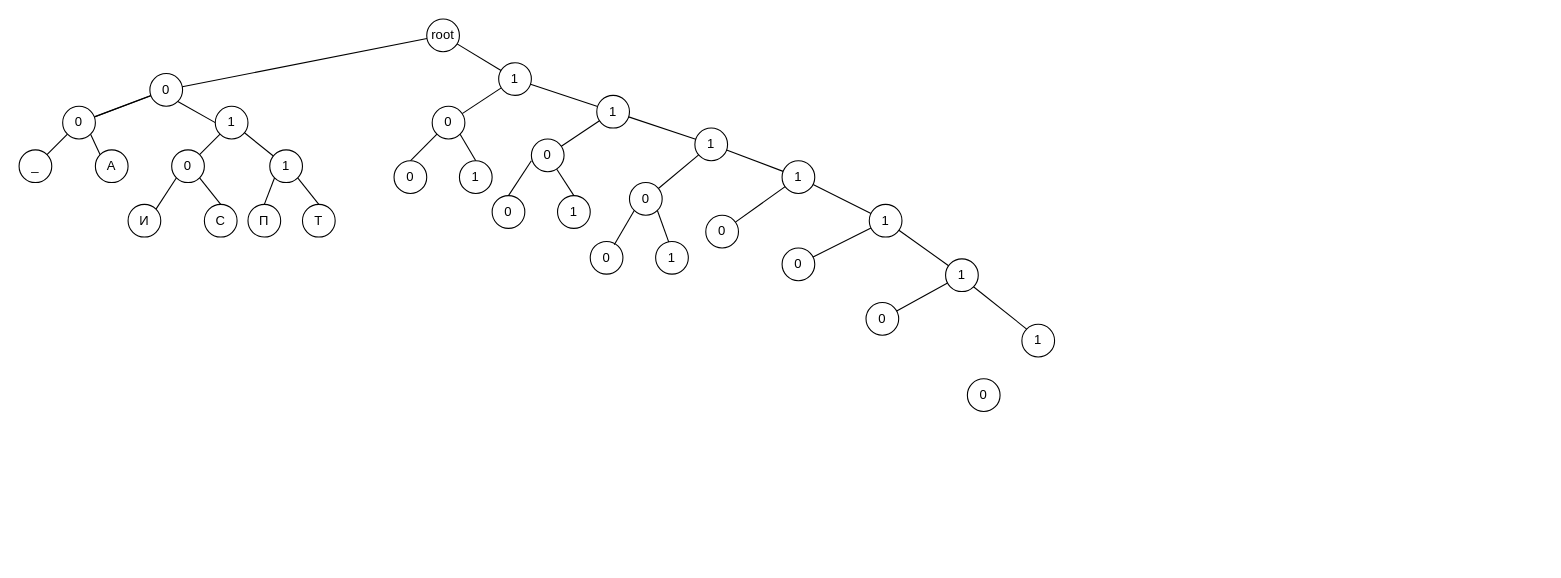
Before: Диаграмма без названия.drawio in Shumila71/shumila71.github.io, a draw.io diagram. Source tidied: cells renumbered, new cells numbered last; positions are measured from the earlier drawing's top-left corner, leaving out a move shared by most shapes. Both pictures are drawn from the tidied source at 109%, with x=0, y=0 at pixel (19, 19).
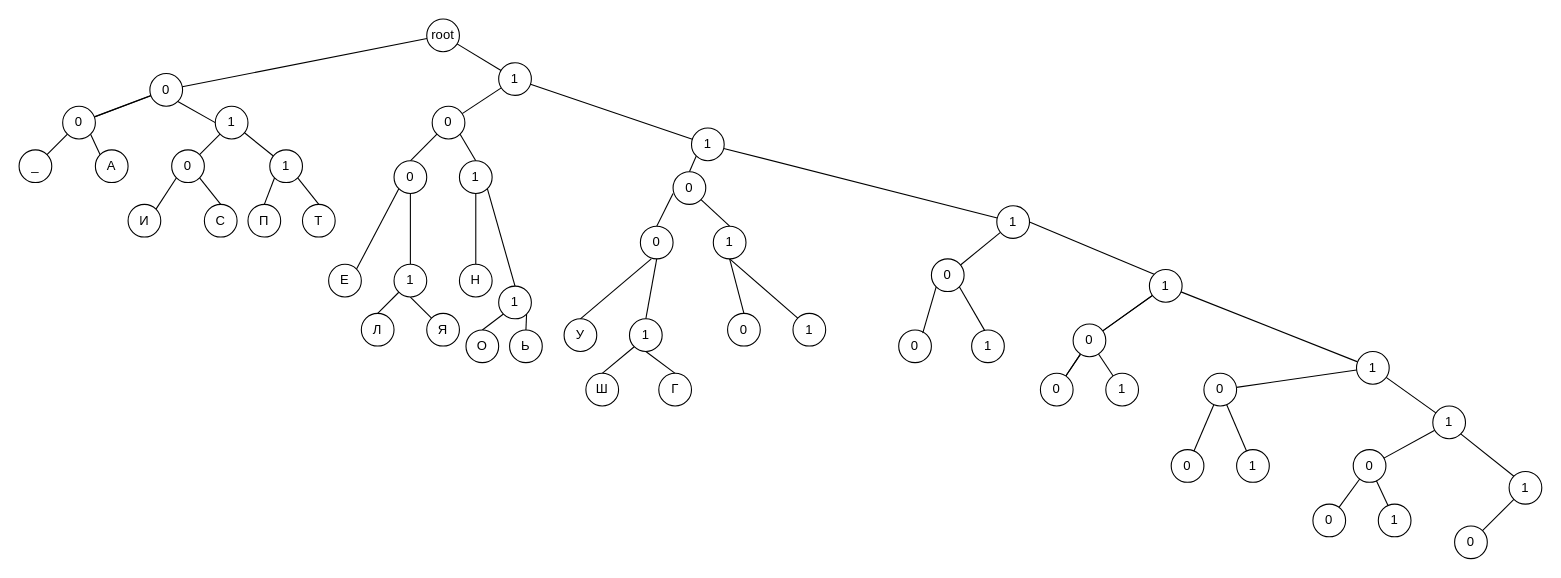
After the change.

The change refers to these unchanged cells:
```xml
<mxCell id="55" value="1" style="ellipse;whiteSpace=wrap;html=1;" parent="1" vertex="1">
  <mxGeometry x="404" y="130" width="30" height="30" as="geometry" />
</mxCell>
<mxCell id="56" value="0" style="ellipse;whiteSpace=wrap;html=1;" parent="1" vertex="1">
  <mxGeometry x="344" y="130" width="30" height="30" as="geometry" />
</mxCell>
```

What changed in the source:
```diff
@@
-    <mxCell id="17" style="edgeStyle=none;shape=connector;rounded=0;jettySize=auto;html=1;labelBackgroundColor=default;strokeColor=default;align=center;verticalAlign=middle;fontFamily=Helvetica;fontSize=11;fontColor=default;endArrow=none;endFill=0;" parent="1" edge="1" source="18" target="49">
+    <mxCell id="17" style="edgeStyle=none;shape=connector;rounded=0;jettySize=auto;html=1;exitX=0;exitY=1;exitDx=0;exitDy=0;entryX=0.5;entryY=0;entryDx=0;entryDy=0;labelBackgroundColor=default;strokeColor=default;align=center;verticalAlign=middle;fontFamily=Helvetica;fontSize=11;fontColor=default;endArrow=none;endFill=0;" parent="1" edge="1" source="18" target="49">
       <mxGeometry relative="1" as="geometry" />
     </mxCell>
     <mxCell id="18" value="1" style="ellipse;whiteSpace=wrap;html=1;" parent="1" vertex="1">
-      <mxGeometry x="530" y="70" width="30" height="30" as="geometry" />
+      <mxGeometry x="616.9" y="100" width="30" height="30" as="geometry" />
     </mxCell>
+    <mxCell id="20" style="edgeStyle=none;shape=connector;rounded=0;jettySize=auto;html=1;labelBackgroundColor=default;strokeColor=default;align=center;verticalAlign=middle;fontFamily=Helvetica;fontSize=11;fontColor=default;endArrow=none;endFill=0;" parent="1" edge="1" source="21" target="50">
+      <mxGeometry relative="1" as="geometry" />
+    </mxCell>
-    <mxCell id="19" style="edgeStyle=none;shape=connector;rounded=0;jettySize=auto;html=1;labelBackgroundColor=default;strokeColor=default;align=center;verticalAlign=middle;fontFamily=Helvetica;fontSize=11;fontColor=default;endArrow=none;endFill=0;" parent="1" edge="1" source="21" target="24">
+    <mxCell id="19" style="edgeStyle=none;shape=connector;rounded=0;jettySize=auto;html=1;exitX=1;exitY=0.5;exitDx=0;exitDy=0;entryX=0;entryY=0;entryDx=0;entryDy=0;labelBackgroundColor=default;strokeColor=default;align=center;verticalAlign=middle;fontFamily=Helvetica;fontSize=11;fontColor=default;endArrow=none;endFill=0;" parent="1" edge="1" source="21" target="24">
       <mxGeometry relative="1" as="geometry" />
     </mxCell>
-    <mxCell id="20" style="edgeStyle=none;shape=connector;rounded=0;jettySize=auto;html=1;labelBackgroundColor=default;strokeColor=default;align=center;verticalAlign=middle;fontFamily=Helvetica;fontSize=11;fontColor=default;endArrow=none;endFill=0;" parent="1" edge="1" source="21" target="50">
-      <mxGeometry relative="1" as="geometry" />
-    </mxCell>
     <mxCell id="21" value="1" style="ellipse;whiteSpace=wrap;html=1;" parent="1" vertex="1">
-      <mxGeometry x="620" y="100" width="30" height="30" as="geometry" />
+      <mxGeometry x="897" y="171.2" width="30" height="30" as="geometry" />
     </mxCell>
@@
     <mxCell id="24" value="1" style="ellipse;whiteSpace=wrap;html=1;" parent="1" vertex="1">
-      <mxGeometry x="700" y="130" width="30" height="30" as="geometry" />
+      <mxGeometry x="1037" y="229.8" width="30" height="30" as="geometry" />
     </mxCell>
@@
     <mxCell id="41" value="1" style="ellipse;whiteSpace=wrap;html=1;" parent="1" vertex="1">
-      <mxGeometry x="780" y="170" width="30" height="30" as="geometry" />
+      <mxGeometry x="1227" y="305" width="30" height="30" as="geometry" />
     </mxCell>
@@
     <mxCell id="44" value="1" style="ellipse;whiteSpace=wrap;html=1;" parent="1" vertex="1">
-      <mxGeometry x="850" y="220" width="30" height="30" as="geometry" />
+      <mxGeometry x="1297" y="355" width="30" height="30" as="geometry" />
     </mxCell>
     <mxCell id="45" value="1" style="ellipse;whiteSpace=wrap;html=1;" parent="1" vertex="1">
-      <mxGeometry x="920" y="280" width="30" height="30" as="geometry" />
+      <mxGeometry x="1367" y="415" width="30" height="30" as="geometry" />
     </mxCell>
@@
     <mxCell id="49" value="0" style="ellipse;whiteSpace=wrap;html=1;" parent="1" vertex="1">
-      <mxGeometry x="470" y="110" width="30" height="30" as="geometry" />
+      <mxGeometry x="600" y="140" width="30" height="30" as="geometry" />
     </mxCell>
     <mxCell id="50" value="0" style="ellipse;whiteSpace=wrap;html=1;" parent="1" vertex="1">
-      <mxGeometry x="560" y="150" width="30" height="30" as="geometry" />
+      <mxGeometry x="837" y="220" width="30" height="30" as="geometry" />
     </mxCell>
+    <mxCell id="65" style="edgeStyle=none;shape=connector;rounded=0;jettySize=auto;html=1;labelBackgroundColor=default;strokeColor=default;align=center;verticalAlign=middle;fontFamily=Helvetica;fontSize=11;fontColor=default;endArrow=none;endFill=0;" parent="1" edge="1" source="51" target="77">
+      <mxGeometry relative="1" as="geometry" />
+    </mxCell>
+    <mxCell id="66" style="edgeStyle=none;shape=connector;rounded=0;jettySize=auto;html=1;labelBackgroundColor=default;strokeColor=default;align=center;verticalAlign=middle;fontFamily=Helvetica;fontSize=11;fontColor=default;endArrow=none;endFill=0;" parent="1" edge="1" source="51" target="77">
+      <mxGeometry relative="1" as="geometry" />
+    </mxCell>
+    <mxCell id="67" style="edgeStyle=none;shape=connector;rounded=0;jettySize=auto;html=1;labelBackgroundColor=default;strokeColor=default;align=center;verticalAlign=middle;fontFamily=Helvetica;fontSize=11;fontColor=default;endArrow=none;endFill=0;" parent="1" edge="1" source="51" target="24">
+      <mxGeometry relative="1" as="geometry" />
+    </mxCell>
     <mxCell id="51" value="0" style="ellipse;whiteSpace=wrap;html=1;" parent="1" vertex="1">
-      <mxGeometry x="630" y="180" width="30" height="30" as="geometry" />
+      <mxGeometry x="967" y="279.8" width="30" height="30" as="geometry" />
     </mxCell>
+    <mxCell id="68" style="edgeStyle=none;shape=connector;rounded=0;jettySize=auto;html=1;labelBackgroundColor=default;strokeColor=default;align=center;verticalAlign=middle;fontFamily=Helvetica;fontSize=11;fontColor=default;endArrow=none;endFill=0;" parent="1" edge="1" source="52" target="80">
+      <mxGeometry relative="1" as="geometry" />
+    </mxCell>
     <mxCell id="52" value="0" style="ellipse;whiteSpace=wrap;html=1;" parent="1" vertex="1">
-      <mxGeometry x="700" y="210" width="30" height="30" as="geometry" />
+      <mxGeometry x="1087" y="325" width="30" height="30" as="geometry" />
     </mxCell>
+    <mxCell id="69" style="edgeStyle=none;shape=connector;rounded=0;jettySize=auto;html=1;labelBackgroundColor=default;strokeColor=default;align=center;verticalAlign=middle;fontFamily=Helvetica;fontSize=11;fontColor=default;endArrow=none;endFill=0;" parent="1" edge="1" source="53" target="83">
+      <mxGeometry relative="1" as="geometry" />
+    </mxCell>
     <mxCell id="53" value="0" style="ellipse;whiteSpace=wrap;html=1;" parent="1" vertex="1">
-      <mxGeometry x="777" y="260" width="30" height="30" as="geometry" />
+      <mxGeometry x="1224" y="395" width="30" height="30" as="geometry" />
     </mxCell>
+    <mxCell id="70" style="edgeStyle=none;shape=connector;rounded=0;jettySize=auto;html=1;labelBackgroundColor=default;strokeColor=default;align=center;verticalAlign=middle;fontFamily=Helvetica;fontSize=11;fontColor=default;endArrow=none;endFill=0;" parent="1" edge="1" source="54" target="45">
+      <mxGeometry relative="1" as="geometry" />
+    </mxCell>
     <mxCell id="54" value="0" style="ellipse;whiteSpace=wrap;html=1;" parent="1" vertex="1">
-      <mxGeometry x="870" y="330" width="30" height="30" as="geometry" />
+      <mxGeometry x="1317" y="465" width="30" height="30" as="geometry" />
     </mxCell>
+    <mxCell id="71" style="edgeStyle=none;shape=connector;rounded=0;jettySize=auto;html=1;exitX=1;exitY=1;exitDx=0;exitDy=0;entryX=0.5;entryY=0;entryDx=0;entryDy=0;labelBackgroundColor=default;strokeColor=default;align=center;verticalAlign=middle;fontFamily=Helvetica;fontSize=11;fontColor=default;endArrow=none;endFill=0;" parent="1" edge="1" source="55" target="91">
+      <mxGeometry relative="1" as="geometry" />
+    </mxCell>
@@
+    <mxCell id="72" style="edgeStyle=none;shape=connector;rounded=0;jettySize=auto;html=1;exitX=0;exitY=1;exitDx=0;exitDy=0;entryX=1;entryY=0;entryDx=0;entryDy=0;labelBackgroundColor=default;strokeColor=default;align=center;verticalAlign=middle;fontFamily=Helvetica;fontSize=11;fontColor=default;endArrow=none;endFill=0;" parent="1" edge="1" source="56" target="88">
+      <mxGeometry relative="1" as="geometry" />
+    </mxCell>
@@
-    <mxCell id="58" style="edgeStyle=none;shape=connector;rounded=0;jettySize=auto;html=1;entryX=0.5;entryY=0;entryDx=0;entryDy=0;labelBackgroundColor=default;strokeColor=default;align=center;verticalAlign=middle;fontFamily=Helvetica;fontSize=11;fontColor=default;endArrow=none;endFill=0;" parent="1" edge="1" source="49" target="59">
+    <mxCell id="58" style="edgeStyle=none;shape=connector;rounded=0;jettySize=auto;html=1;entryX=0.5;entryY=0;entryDx=0;entryDy=0;labelBackgroundColor=default;strokeColor=default;align=center;verticalAlign=middle;fontFamily=Helvetica;fontSize=11;fontColor=default;endArrow=none;endFill=0;exitX=1;exitY=1;exitDx=0;exitDy=0;" parent="1" edge="1" source="49" target="59">
       <mxGeometry relative="1" as="geometry" />
     </mxCell>
+    <mxCell id="73" style="edgeStyle=none;shape=connector;rounded=0;jettySize=auto;html=1;exitX=0.5;exitY=1;exitDx=0;exitDy=0;entryX=0.5;entryY=0;entryDx=0;entryDy=0;labelBackgroundColor=default;strokeColor=default;align=center;verticalAlign=middle;fontFamily=Helvetica;fontSize=11;fontColor=default;endArrow=none;endFill=0;" parent="1" edge="1" source="59" target="100">
+      <mxGeometry relative="1" as="geometry" />
+    </mxCell>
+    <mxCell id="74" style="edgeStyle=none;shape=connector;rounded=0;jettySize=auto;html=1;exitX=0.5;exitY=1;exitDx=0;exitDy=0;entryX=0;entryY=0;entryDx=0;entryDy=0;labelBackgroundColor=default;strokeColor=default;align=center;verticalAlign=middle;fontFamily=Helvetica;fontSize=11;fontColor=default;endArrow=none;endFill=0;" parent="1" edge="1" source="59" target="99">
+      <mxGeometry relative="1" as="geometry" />
+    </mxCell>
     <mxCell id="59" value="1" style="ellipse;whiteSpace=wrap;html=1;" parent="1" vertex="1">
-      <mxGeometry x="494" y="162" width="30" height="30" as="geometry" />
+      <mxGeometry x="636.9" y="190" width="30" height="30" as="geometry" />
     </mxCell>
     <mxCell id="60" value="0" style="ellipse;whiteSpace=wrap;html=1;" parent="1" vertex="1">
-      <mxGeometry x="434" y="162" width="30" height="30" as="geometry" />
+      <mxGeometry x="570" y="190" width="30" height="30" as="geometry" />
     </mxCell>
     <mxCell id="61" value="1" style="ellipse;whiteSpace=wrap;html=1;" parent="1" vertex="1">
-      <mxGeometry x="584" y="204" width="30" height="30" as="geometry" />
+      <mxGeometry x="873.9" y="285.2" width="30" height="30" as="geometry" />
     </mxCell>
     <mxCell id="62" value="0" style="ellipse;whiteSpace=wrap;html=1;" parent="1" vertex="1">
-      <mxGeometry x="524" y="204" width="30" height="30" as="geometry" />
+      <mxGeometry x="807" y="285.2" width="30" height="30" as="geometry" />
     </mxCell>
@@
+    <mxCell id="75" style="edgeStyle=none;shape=connector;rounded=0;jettySize=auto;html=1;labelBackgroundColor=default;strokeColor=default;align=center;verticalAlign=middle;fontFamily=Helvetica;fontSize=11;fontColor=default;endArrow=none;endFill=0;" parent="1" edge="1" source="76" target="51">
+      <mxGeometry relative="1" as="geometry" />
+    </mxCell>
+    <mxCell id="76" value="1" style="ellipse;whiteSpace=wrap;html=1;" parent="1" vertex="1">
+      <mxGeometry x="997" y="325" width="30" height="30" as="geometry" />
+    </mxCell>
+    <mxCell id="77" value="0" style="ellipse;whiteSpace=wrap;html=1;" parent="1" vertex="1">
+      <mxGeometry x="937" y="325" width="30" height="30" as="geometry" />
+    </mxCell>
+    <mxCell id="78" style="edgeStyle=none;shape=connector;rounded=0;jettySize=auto;html=1;labelBackgroundColor=default;strokeColor=default;align=center;verticalAlign=middle;fontFamily=Helvetica;fontSize=11;fontColor=default;endArrow=none;endFill=0;" parent="1" edge="1" source="79" target="52">
+      <mxGeometry relative="1" as="geometry" />
+    </mxCell>
+    <mxCell id="79" value="1" style="ellipse;whiteSpace=wrap;html=1;" parent="1" vertex="1">
+      <mxGeometry x="1117" y="395" width="30" height="30" as="geometry" />
+    </mxCell>
+    <mxCell id="80" value="0" style="ellipse;whiteSpace=wrap;html=1;" parent="1" vertex="1">
+      <mxGeometry x="1057" y="395" width="30" height="30" as="geometry" />
+    </mxCell>
+    <mxCell id="81" style="edgeStyle=none;shape=connector;rounded=0;jettySize=auto;html=1;labelBackgroundColor=default;strokeColor=default;align=center;verticalAlign=middle;fontFamily=Helvetica;fontSize=11;fontColor=default;endArrow=none;endFill=0;" parent="1" edge="1" source="82" target="53">
+      <mxGeometry relative="1" as="geometry" />
+    </mxCell>
+    <mxCell id="82" value="1" style="ellipse;whiteSpace=wrap;html=1;" parent="1" vertex="1">
+      <mxGeometry x="1247" y="445" width="30" height="30" as="geometry" />
+    </mxCell>
+    <mxCell id="83" value="0" style="ellipse;whiteSpace=wrap;html=1;" parent="1" vertex="1">
+      <mxGeometry x="1187" y="445" width="30" height="30" as="geometry" />
+    </mxCell>
+    <mxCell id="84" style="edgeStyle=none;shape=connector;rounded=0;jettySize=auto;html=1;labelBackgroundColor=default;strokeColor=default;align=center;verticalAlign=middle;fontFamily=Helvetica;fontSize=11;fontColor=default;endArrow=none;endFill=0;" parent="1" edge="1" source="87" target="56">
+      <mxGeometry relative="1" as="geometry" />
+    </mxCell>
+    <mxCell id="85" style="edgeStyle=none;shape=connector;rounded=0;jettySize=auto;html=1;exitX=0;exitY=1;exitDx=0;exitDy=0;entryX=0.5;entryY=0;entryDx=0;entryDy=0;labelBackgroundColor=default;strokeColor=default;align=center;verticalAlign=middle;fontFamily=Helvetica;fontSize=11;fontColor=default;endArrow=none;endFill=0;" parent="1" edge="1" source="87" target="102">
+      <mxGeometry relative="1" as="geometry" />
+    </mxCell>
+    <mxCell id="86" style="edgeStyle=none;shape=connector;rounded=0;jettySize=auto;html=1;exitX=0.5;exitY=1;exitDx=0;exitDy=0;entryX=0;entryY=0;entryDx=0;entryDy=0;labelBackgroundColor=default;strokeColor=default;align=center;verticalAlign=middle;fontFamily=Helvetica;fontSize=11;fontColor=default;endArrow=none;endFill=0;" parent="1" edge="1" source="87" target="103">
+      <mxGeometry relative="1" as="geometry" />
+    </mxCell>
+    <mxCell id="87" value="1" style="ellipse;whiteSpace=wrap;html=1;" parent="1" vertex="1">
+      <mxGeometry x="344" y="225" width="30" height="30" as="geometry" />
+    </mxCell>
+    <mxCell id="88" value="Е" style="ellipse;whiteSpace=wrap;html=1;" parent="1" vertex="1">
+      <mxGeometry x="284" y="225" width="30" height="30" as="geometry" />
+    </mxCell>
+    <mxCell id="89" style="edgeStyle=none;shape=connector;rounded=0;jettySize=auto;html=1;exitX=0;exitY=1;exitDx=0;exitDy=0;entryX=0.5;entryY=0;entryDx=0;entryDy=0;labelBackgroundColor=default;strokeColor=default;align=center;verticalAlign=middle;fontFamily=Helvetica;fontSize=11;fontColor=default;endArrow=none;endFill=0;" parent="1" edge="1" source="91" target="104">
+      <mxGeometry relative="1" as="geometry" />
+    </mxCell>
+    <mxCell id="90" style="edgeStyle=none;shape=connector;rounded=0;jettySize=auto;html=1;exitX=1;exitY=1;exitDx=0;exitDy=0;entryX=0.5;entryY=0;entryDx=0;entryDy=0;labelBackgroundColor=default;strokeColor=default;align=center;verticalAlign=middle;fontFamily=Helvetica;fontSize=11;fontColor=default;endArrow=none;endFill=0;" parent="1" edge="1" source="91" target="105">
+      <mxGeometry relative="1" as="geometry" />
+    </mxCell>
+    <mxCell id="91" value="1" style="ellipse;whiteSpace=wrap;html=1;" parent="1" vertex="1">
+      <mxGeometry x="440" y="245" width="30" height="30" as="geometry" />
+    </mxCell>
+    <mxCell id="92" style="edgeStyle=none;shape=connector;rounded=0;jettySize=auto;html=1;labelBackgroundColor=default;strokeColor=default;align=center;verticalAlign=middle;fontFamily=Helvetica;fontSize=11;fontColor=default;endArrow=none;endFill=0;" parent="1" edge="1" source="93" target="55">
+      <mxGeometry relative="1" as="geometry" />
+    </mxCell>
+    <mxCell id="93" value="Н" style="ellipse;whiteSpace=wrap;html=1;" parent="1" vertex="1">
+      <mxGeometry x="404" y="225" width="30" height="30" as="geometry" />
+    </mxCell>
+    <mxCell id="94" style="edgeStyle=none;shape=connector;rounded=0;jettySize=auto;html=1;exitX=0.5;exitY=0;exitDx=0;exitDy=0;entryX=0.5;entryY=1;entryDx=0;entryDy=0;labelBackgroundColor=default;strokeColor=default;align=center;verticalAlign=middle;fontFamily=Helvetica;fontSize=11;fontColor=default;endArrow=none;endFill=0;" parent="1" edge="1" source="97" target="60">
+      <mxGeometry relative="1" as="geometry" />
+    </mxCell>
+    <mxCell id="95" style="edgeStyle=none;shape=connector;rounded=0;jettySize=auto;html=1;exitX=0;exitY=1;exitDx=0;exitDy=0;entryX=0.5;entryY=0;entryDx=0;entryDy=0;labelBackgroundColor=default;strokeColor=default;align=center;verticalAlign=middle;fontFamily=Helvetica;fontSize=11;fontColor=default;endArrow=none;endFill=0;" parent="1" edge="1" source="97" target="106">
+      <mxGeometry relative="1" as="geometry" />
+    </mxCell>
+    <mxCell id="96" style="edgeStyle=none;shape=connector;rounded=0;jettySize=auto;html=1;exitX=0.5;exitY=1;exitDx=0;exitDy=0;entryX=0.5;entryY=0;entryDx=0;entryDy=0;labelBackgroundColor=default;strokeColor=default;align=center;verticalAlign=middle;fontFamily=Helvetica;fontSize=11;fontColor=default;endArrow=none;endFill=0;" parent="1" edge="1" source="97" target="107">
+      <mxGeometry relative="1" as="geometry" />
+    </mxCell>
+    <mxCell id="97" value="1" style="ellipse;whiteSpace=wrap;html=1;" parent="1" vertex="1">
+      <mxGeometry x="560" y="275" width="30" height="30" as="geometry" />
+    </mxCell>
+    <mxCell id="98" value="У" style="ellipse;whiteSpace=wrap;html=1;" parent="1" vertex="1">
+      <mxGeometry x="500" y="275" width="30" height="30" as="geometry" />
+    </mxCell>
+    <mxCell id="99" value="1" style="ellipse;whiteSpace=wrap;html=1;" parent="1" vertex="1">
+      <mxGeometry x="710" y="270" width="30" height="30" as="geometry" />
+    </mxCell>
+    <mxCell id="100" value="0" style="ellipse;whiteSpace=wrap;html=1;" parent="1" vertex="1">
+      <mxGeometry x="650" y="270" width="30" height="30" as="geometry" />
+    </mxCell>
+    <mxCell id="101" style="edgeStyle=none;shape=connector;rounded=0;jettySize=auto;html=1;exitX=0.5;exitY=0;exitDx=0;exitDy=0;labelBackgroundColor=default;strokeColor=default;align=center;verticalAlign=middle;fontFamily=Helvetica;fontSize=11;fontColor=default;endArrow=none;endFill=0;" parent="1" edge="1" source="98">
+      <mxGeometry relative="1" as="geometry">
+        <mxPoint x="580" y="220" as="targetPoint" />
+      </mxGeometry>
+    </mxCell>
+    <mxCell id="102" value="Л" style="ellipse;whiteSpace=wrap;html=1;" parent="1" vertex="1">
+      <mxGeometry x="314" y="270" width="30" height="30" as="geometry" />
+    </mxCell>
+    <mxCell id="103" value="Я" style="ellipse;whiteSpace=wrap;html=1;" parent="1" vertex="1">
+      <mxGeometry x="374" y="270" width="30" height="30" as="geometry" />
+    </mxCell>
+    <mxCell id="104" value="О" style="ellipse;whiteSpace=wrap;html=1;" parent="1" vertex="1">
+      <mxGeometry x="410" y="285.2" width="30" height="30" as="geometry" />
+    </mxCell>
+    <mxCell id="105" value="Ь" style="ellipse;whiteSpace=wrap;html=1;" parent="1" vertex="1">
+      <mxGeometry x="450" y="285.2" width="30" height="30" as="geometry" />
+    </mxCell>
+    <mxCell id="106" value="Ш" style="ellipse;whiteSpace=wrap;html=1;" parent="1" vertex="1">
+      <mxGeometry x="520" y="325" width="30" height="30" as="geometry" />
+    </mxCell>
+    <mxCell id="107" value="Г" style="ellipse;whiteSpace=wrap;html=1;" parent="1" vertex="1">
+      <mxGeometry x="586.9" y="325" width="30" height="30" as="geometry" />
+    </mxCell>
```
